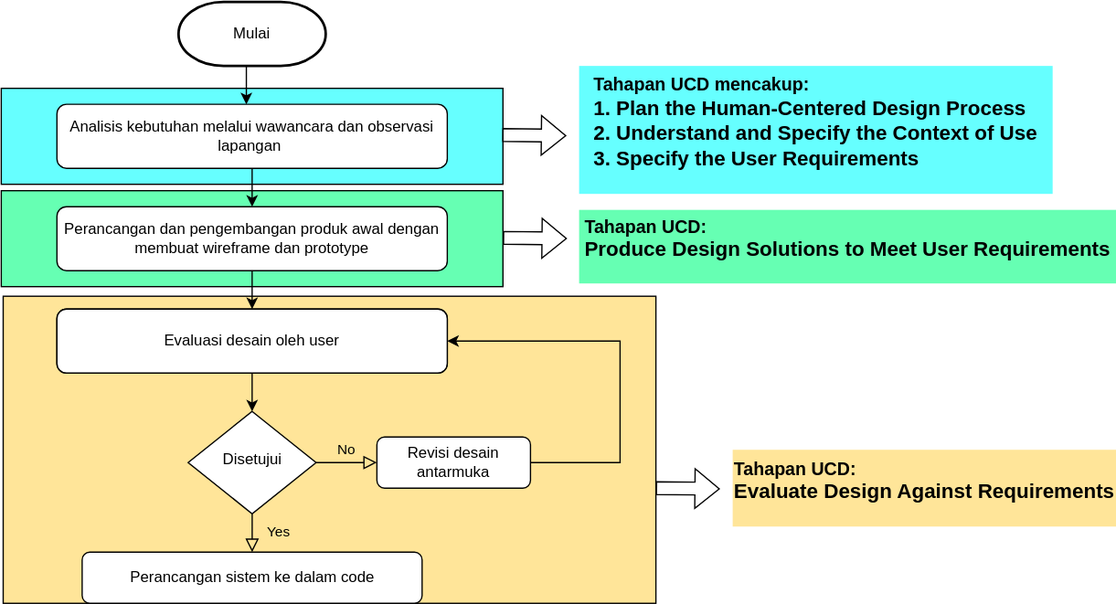
The draw.io diagram flowchart skripsi.drawio.svg in evaald/evaald239.github.io, before a commit. Source tidied: cells renumbered, new cells last; positions are measured from the earlier drawing's top-left corner, leaving out a move shared by most shapes.
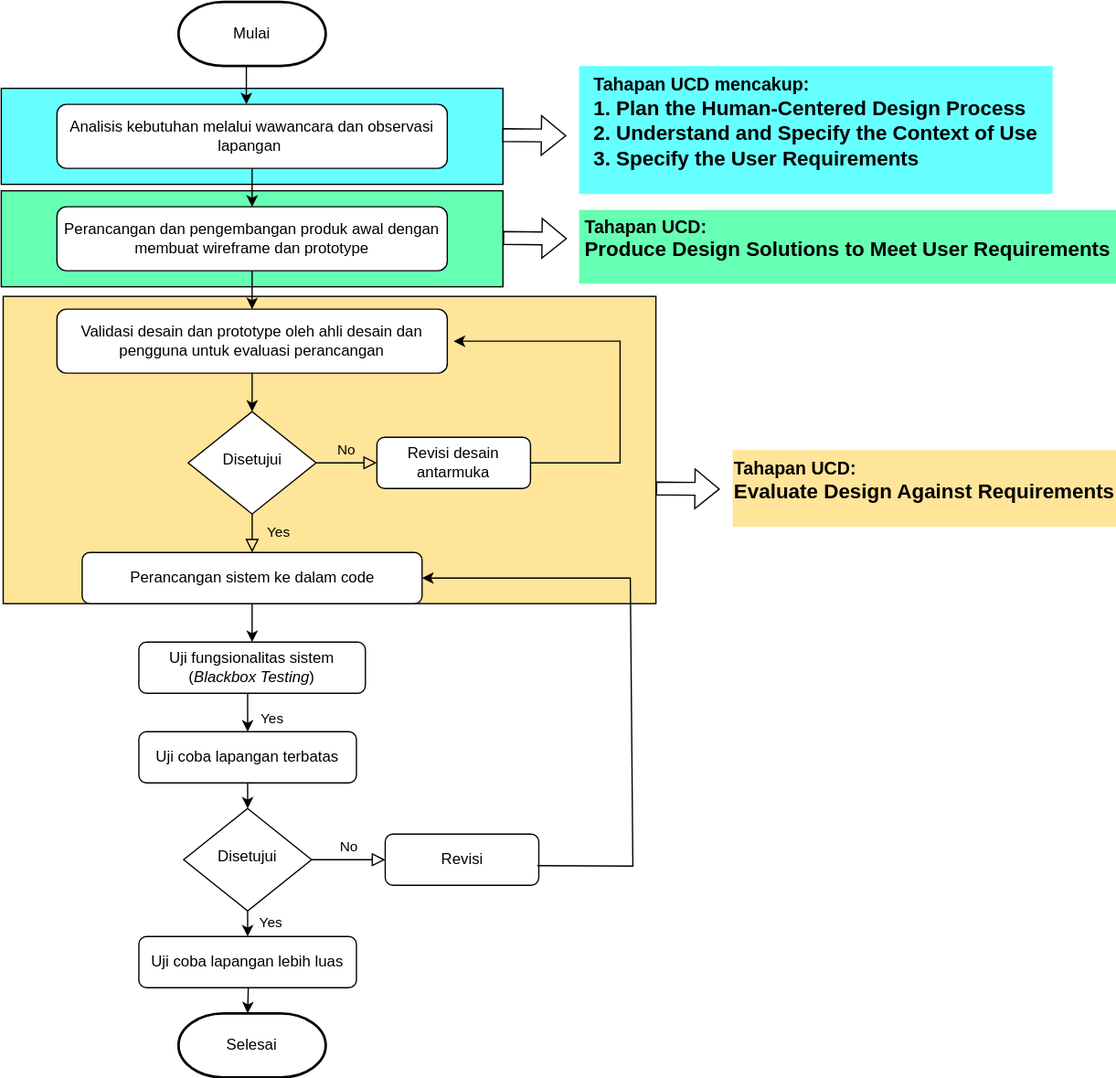
After the commit.

What changed in the source:
```diff
@@ -41,17 +41,56 @@
     <mxCell id="14" style="endArrow=classic;html=1;rounded=0;exitX=0.5;exitY=1;exitDx=0;exitDy=0;entryX=0.5;entryY=0;entryDx=0;entryDy=0;" parent="1" edge="1" source="13" target="15">
       <mxGeometry relative="1" as="geometry" />
     </mxCell>
-    <mxCell id="15" value="Validasi desain dan prototype oleh para ahli dan pengguna untuk evaluasi perancangan" style="rounded=1;whiteSpace=wrap;html=1;fontSize=12;glass=0;strokeWidth=1;shadow=0;" parent="1" vertex="1">
+    <mxCell id="15" value="Validasi desain dan prototype oleh ahli desain dan pengguna untuk evaluasi perancangan" style="rounded=1;whiteSpace=wrap;html=1;fontSize=12;glass=0;strokeWidth=1;shadow=0;" parent="1" vertex="1">
       <mxGeometry x="44" y="240" width="305" height="50" as="geometry" />
     </mxCell>
     <mxCell id="16" style="endArrow=classic;html=1;rounded=0;exitX=0.5;exitY=1;exitDx=0;exitDy=0;entryX=0.5;entryY=0;entryDx=0;entryDy=0;" parent="1" edge="1" source="15" target="7">
       <mxGeometry relative="1" as="geometry" />
     </mxCell>
-    <mxCell id="17" value="Evaluasi desain oleh user" style="rounded=1;whiteSpace=wrap;html=1;fontSize=12;glass=0;strokeWidth=1;shadow=0;" parent="1" vertex="1">
-      <mxGeometry x="44" y="240" width="305" height="50" as="geometry" />
-    </mxCell>
+    <mxCell id="26" value="Selesai" style="strokeWidth=2;html=1;shape=mxgraph.flowchart.terminator;whiteSpace=wrap;" parent="1" vertex="1">
+      <mxGeometry x="139" y="790" width="115" height="50" as="geometry" />
+    </mxCell>
+    <mxCell id="27" value="Uji fungsionalitas sistem&lt;br&gt;(&lt;i&gt;Blackbox Testing&lt;/i&gt;)" style="rounded=1;whiteSpace=wrap;html=1;fontSize=12;glass=0;strokeWidth=1;shadow=0;" parent="1" vertex="1">
+      <mxGeometry x="108" y="500" width="177" height="40" as="geometry" />
+    </mxCell>
+    <mxCell id="28" style="endArrow=classic;html=1;rounded=0;exitX=0.5;exitY=1;exitDx=0;exitDy=0;entryX=0.5;entryY=0;entryDx=0;entryDy=0;" parent="1" edge="1" source="8" target="27">
+      <mxGeometry relative="1" as="geometry" />
+    </mxCell>
+    <mxCell id="29" value="Yes" style="endArrow=classic;html=1;rounded=0;entryX=0.5;entryY=0;entryDx=0;entryDy=0;exitX=0.5;exitY=1;exitDx=0;exitDy=0;" parent="1" edge="1" target="30">
+      <mxGeometry x="0.33" y="19" relative="1" as="geometry">
+        <mxPoint x="193" y="540" as="sourcePoint" />
+      </mxGeometry>
+    </mxCell>
+    <mxCell id="30" value="Uji coba lapangan terbatas" style="rounded=1;whiteSpace=wrap;html=1;fontSize=12;glass=0;strokeWidth=1;shadow=0;" parent="1" vertex="1">
+      <mxGeometry x="108" y="570" width="170" height="40" as="geometry" />
+    </mxCell>
+    <mxCell id="31" value="Disetujui" style="rhombus;whiteSpace=wrap;html=1;shadow=0;fontFamily=Helvetica;fontSize=12;align=center;strokeWidth=1;spacing=6;spacingTop=-4;" parent="1" vertex="1">
+      <mxGeometry x="143" y="630" width="100" height="80" as="geometry" />
+    </mxCell>
+    <mxCell id="32" value="No" style="edgeStyle=orthogonalEdgeStyle;rounded=0;html=1;jettySize=auto;fontSize=11;endArrow=block;endFill=0;endSize=8;strokeWidth=1;shadow=0;labelBackgroundColor=none;exitX=1;exitY=0.5;exitDx=0;exitDy=0;entryX=0;entryY=0.5;entryDx=0;entryDy=0;" parent="1" edge="1" source="31" target="33">
+      <mxGeometry y="10" relative="1" as="geometry" />
+    </mxCell>
+    <mxCell id="33" value="Revisi" style="rounded=1;whiteSpace=wrap;html=1;fontSize=12;glass=0;strokeWidth=1;shadow=0;" parent="1" vertex="1">
+      <mxGeometry x="300.5" y="650" width="120" height="40" as="geometry" />
+    </mxCell>
+    <mxCell id="34" style="endArrow=classic;html=1;rounded=0;entryX=0.5;entryY=0;entryDx=0;entryDy=0;exitX=0.5;exitY=1;exitDx=0;exitDy=0;" parent="1" edge="1" source="30" target="31">
+      <mxGeometry relative="1" as="geometry" />
+    </mxCell>
+    <mxCell id="35" value="Yes" style="endArrow=classic;html=1;rounded=0;entryX=0.5;entryY=0;entryDx=0;entryDy=0;" parent="1" edge="1" source="31" target="36">
+      <mxGeometry x="-0.01" y="18" relative="1" as="geometry" />
+    </mxCell>
+    <mxCell id="36" value="Uji coba lapangan lebih luas" style="rounded=1;whiteSpace=wrap;html=1;fontSize=12;glass=0;strokeWidth=1;shadow=0;" parent="1" vertex="1">
+      <mxGeometry x="108" y="730" width="170" height="40" as="geometry" />
+    </mxCell>
+    <mxCell id="37" style="endArrow=classic;html=1;rounded=0;entryX=0.5;entryY=0;entryDx=0;entryDy=0;" parent="1" edge="1">
+      <mxGeometry relative="1" as="geometry">
+        <mxPoint x="193.5" y="770" as="sourcePoint" />
+        <mxPoint x="193" y="790" as="targetPoint" />
+      </mxGeometry>
+    </mxCell>
-    <mxCell id="18" style="endArrow=classic;html=1;rounded=0;exitX=1;exitY=0.5;exitDx=0;exitDy=0;entryX=1;entryY=0.5;entryDx=0;entryDy=0;" parent="1" edge="1" source="9" target="17">
+    <mxCell id="18" style="endArrow=classic;html=1;rounded=0;exitX=1;exitY=0.5;exitDx=0;exitDy=0;" parent="1" edge="1" source="9">
       <mxGeometry relative="1" as="geometry">
+        <mxPoint x="354" y="265" as="targetPoint" />
         <Array as="points">
           <mxPoint x="484" y="360" />
           <mxPoint x="484" y="265" />
@@ -91,5 +130,13 @@
     <mxCell id="25" value="&lt;div style=&quot;text-align: left;&quot;&gt;&lt;span style=&quot;background-color: transparent; color: light-dark(rgb(0, 0, 0), rgb(255, 255, 255));&quot;&gt;&lt;b&gt;&lt;font style=&quot;font-size: 14px;&quot;&gt;Tahapan UCD:&lt;/font&gt;&lt;/b&gt;&lt;/span&gt;&lt;/div&gt;&lt;div style=&quot;text-align: left;&quot;&gt;&lt;b style=&quot;background-color: transparent; color: light-dark(rgb(0, 0, 0), rgb(255, 255, 255)); text-indent: -24px;&quot;&gt;&lt;font size=&quot;3&quot;&gt;Evaluate Design Against Requirements&lt;/font&gt;&lt;/b&gt;&lt;/div&gt;&lt;p style=&quot;margin-top:0cm;margin-right:0cm;margin-bottom:&lt;br/&gt;0cm;margin-left:3.0cm;mso-add-space:auto;text-align:justify;text-indent:-18.0pt;&lt;br/&gt;line-height:200%;mso-list:l0 level1 lfo1&quot; class=&quot;MsoListParagraph&quot;&gt;&lt;i&gt;&lt;span style=&quot;font-size:12.0pt;line-height:200%;font-family:&amp;quot;Times New Roman&amp;quot;,serif&quot;&gt;&lt;/span&gt;&lt;/i&gt;&lt;/p&gt;" style="text;html=1;align=center;verticalAlign=middle;whiteSpace=wrap;rounded=0;fillColor=light-dark(#FFE599,#000000);" parent="1" vertex="1">
       <mxGeometry x="572" y="350" width="300" height="60" as="geometry" />
     </mxCell>
+    <mxCell id="38" style="endArrow=classic;html=1;rounded=0;exitX=0.99;exitY=0.617;exitDx=0;exitDy=0;exitPerimeter=0;entryX=1;entryY=0.5;entryDx=0;entryDy=0;" parent="1" edge="1" source="33" target="8">
+      <mxGeometry relative="1" as="geometry">
+        <Array as="points">
+          <mxPoint x="494" y="675" />
+          <mxPoint x="492" y="450" />
+        </Array>
+      </mxGeometry>
+    </mxCell>
   </root>
 </mxGraphModel>
```
